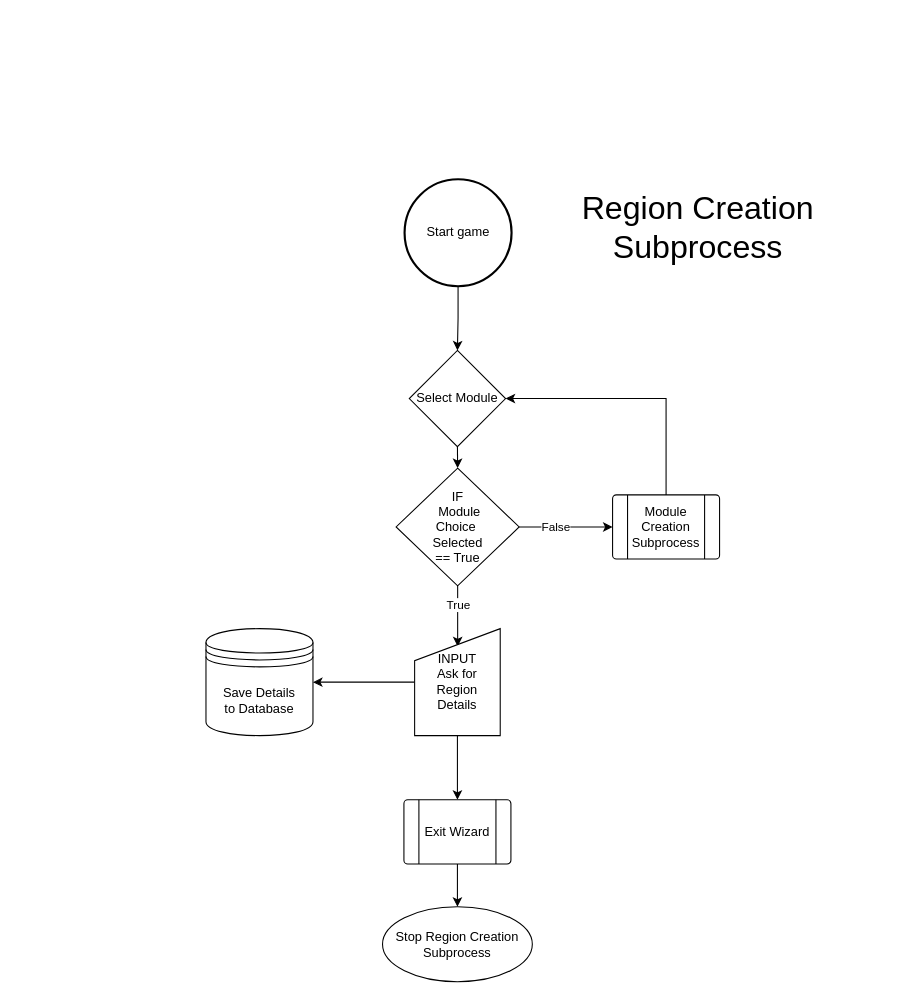
RPG-Research/bcirpg keeps this draw.io diagram as Phase2/Flowcharts/modgodToolset/ModGod/Creation/Region/ModGodRegionCreationLuke.drawio. Above is the earlier version. Source tidied: cells renumbered, new cells numbered last; positions are measured from the earlier drawing's top-left corner, leaving out a move shared by most shapes. Both pictures are drawn from the tidied source at 107%, with x=0, y=0 at pixel (205, 179).
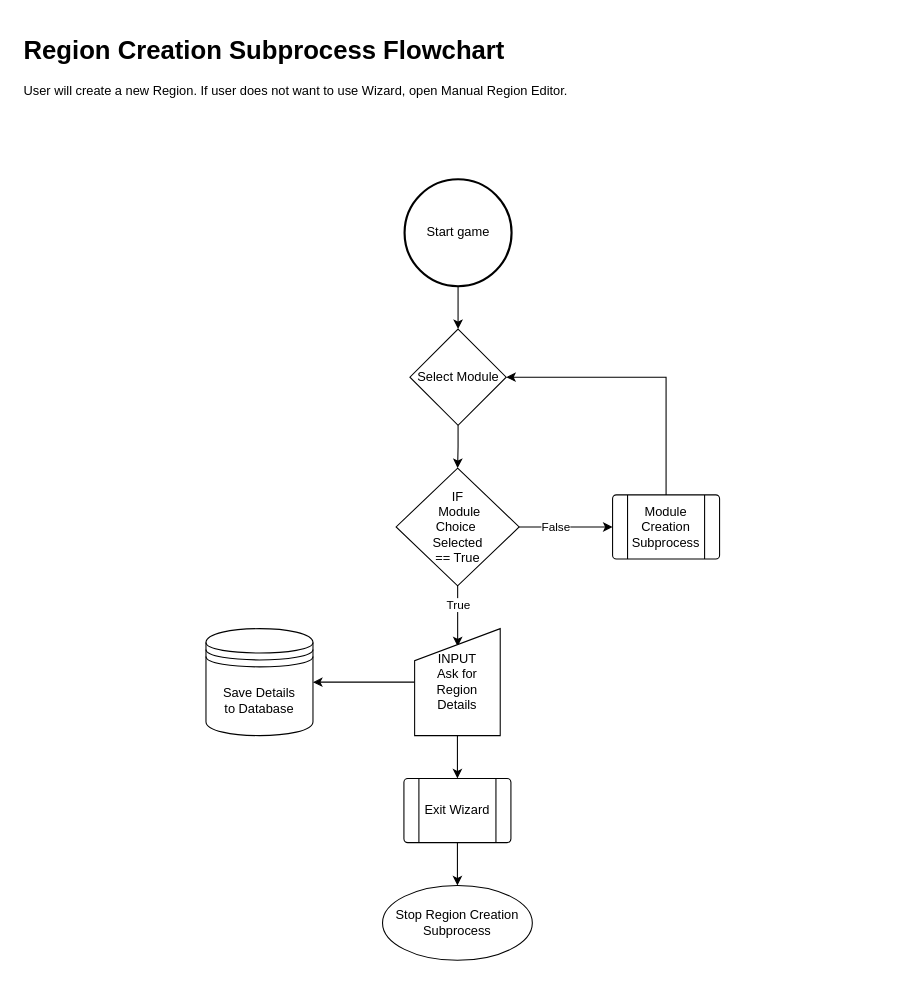
After the change.

Change to the diagram source:
```diff
@@
     <mxCell id="7" value="Select Module" style="rhombus;whiteSpace=wrap;html=1;" parent="1" vertex="1">
-      <mxGeometry x="190" y="160" width="90" height="90" as="geometry" />
+      <mxGeometry x="190.6" y="140" width="90" height="90" as="geometry" />
     </mxCell>
     <mxCell id="8" value="Stop Region Creation Subprocess" style="ellipse;whiteSpace=wrap;html=1;rounded=0;" parent="1" vertex="1">
-      <mxGeometry x="165" y="680" width="140" height="70" as="geometry" />
+      <mxGeometry x="165" y="660" width="140" height="70" as="geometry" />
     </mxCell>
@@
     <mxCell id="19" value="Exit Wizard" style="verticalLabelPosition=middle;verticalAlign=middle;html=1;shape=process;whiteSpace=wrap;rounded=1;size=0.14;arcSize=6;labelPosition=center;align=center;" parent="1" vertex="1">
-      <mxGeometry x="185" y="580" width="100" height="60" as="geometry" />
+      <mxGeometry x="185" y="560" width="100" height="60" as="geometry" />
     </mxCell>
-    <mxCell id="20" value="&lt;font style=&quot;font-size: 30px;&quot;&gt;Region Creation&lt;br&gt;Subprocess&lt;/font&gt;" style="text;html=1;strokeColor=none;fillColor=none;align=center;verticalAlign=middle;whiteSpace=wrap;rounded=0;" parent="1" vertex="1">
-      <mxGeometry x="340" y="30" width="240" height="30" as="geometry" />
-    </mxCell>
+    <mxCell id="21" value="&lt;h1&gt;Region Creation Subprocess Flowchart&lt;/h1&gt;&lt;p&gt;User will create a new Region. If user does not want to use Wizard, open Manual Region Editor.&lt;/p&gt;" style="text;html=1;strokeColor=none;fillColor=none;spacing=5;spacingTop=-20;whiteSpace=wrap;overflow=hidden;rounded=0;" parent="1" vertex="1">
+      <mxGeometry x="-175" y="-140" width="830" height="110" as="geometry" />
+    </mxCell>
```
